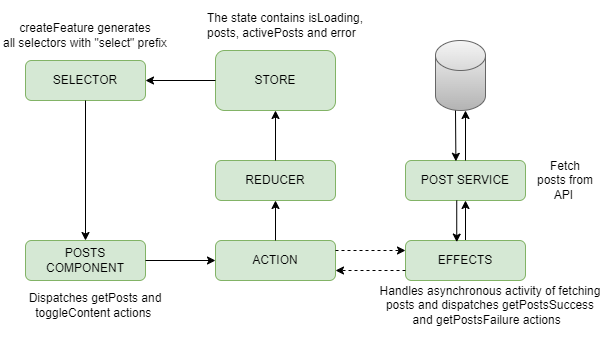
The draw.io diagram Posts_state_lifecycle.drawio.png in rushikeshchoche/square-posts, before a commit. Source tidied: cells renumbered, new cells last; positions are measured from the earlier drawing's top-left corner, leaving out a move shared by most shapes.
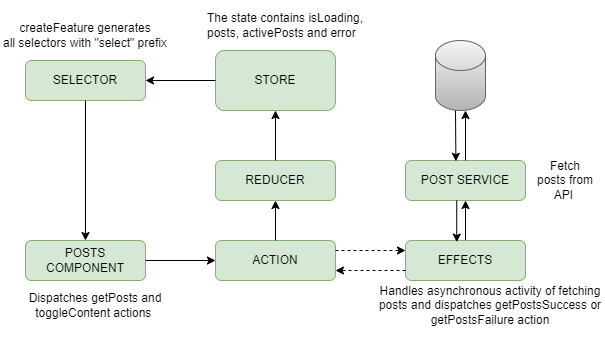
After the change.

Commit message:
chore: update posts state image

The edit, as a diff of the source:
```diff
@@ -92,7 +92,7 @@
     <mxCell id="24" value="Fetch posts from API&amp;nbsp;" style="text;html=1;strokeColor=none;fillColor=none;align=center;verticalAlign=middle;whiteSpace=wrap;rounded=0;" parent="1" vertex="1">
       <mxGeometry x="535" y="165" width="60" height="30" as="geometry" />
     </mxCell>
-    <mxCell id="25" value="Handles asynchronous activity of fetching posts and dispatches&amp;nbsp;getPostsSuccess and&amp;nbsp;getPostsFailure&lt;span style=&quot;background-color: initial;&quot;&gt;&amp;nbsp;actions&amp;nbsp;&amp;nbsp;&lt;/span&gt;" style="text;html=1;strokeColor=none;fillColor=none;align=center;verticalAlign=middle;whiteSpace=wrap;rounded=0;" parent="1" vertex="1">
+    <mxCell id="25" value="Handles asynchronous activity of fetching posts and dispatches&amp;nbsp;getPostsSuccess or getPostsFailure&lt;span style=&quot;background-color: initial;&quot;&gt;&amp;nbsp;action&lt;/span&gt;" style="text;html=1;strokeColor=none;fillColor=none;align=center;verticalAlign=middle;whiteSpace=wrap;rounded=0;" parent="1" vertex="1">
       <mxGeometry x="375" y="260" width="230" height="90" as="geometry" />
     </mxCell>
     <mxCell id="26" value="The state contains isLoading, posts, activePosts and error&lt;br&gt;" style="text;html=1;strokeColor=none;fillColor=none;align=left;verticalAlign=middle;whiteSpace=wrap;rounded=0;" parent="1" vertex="1">
```
